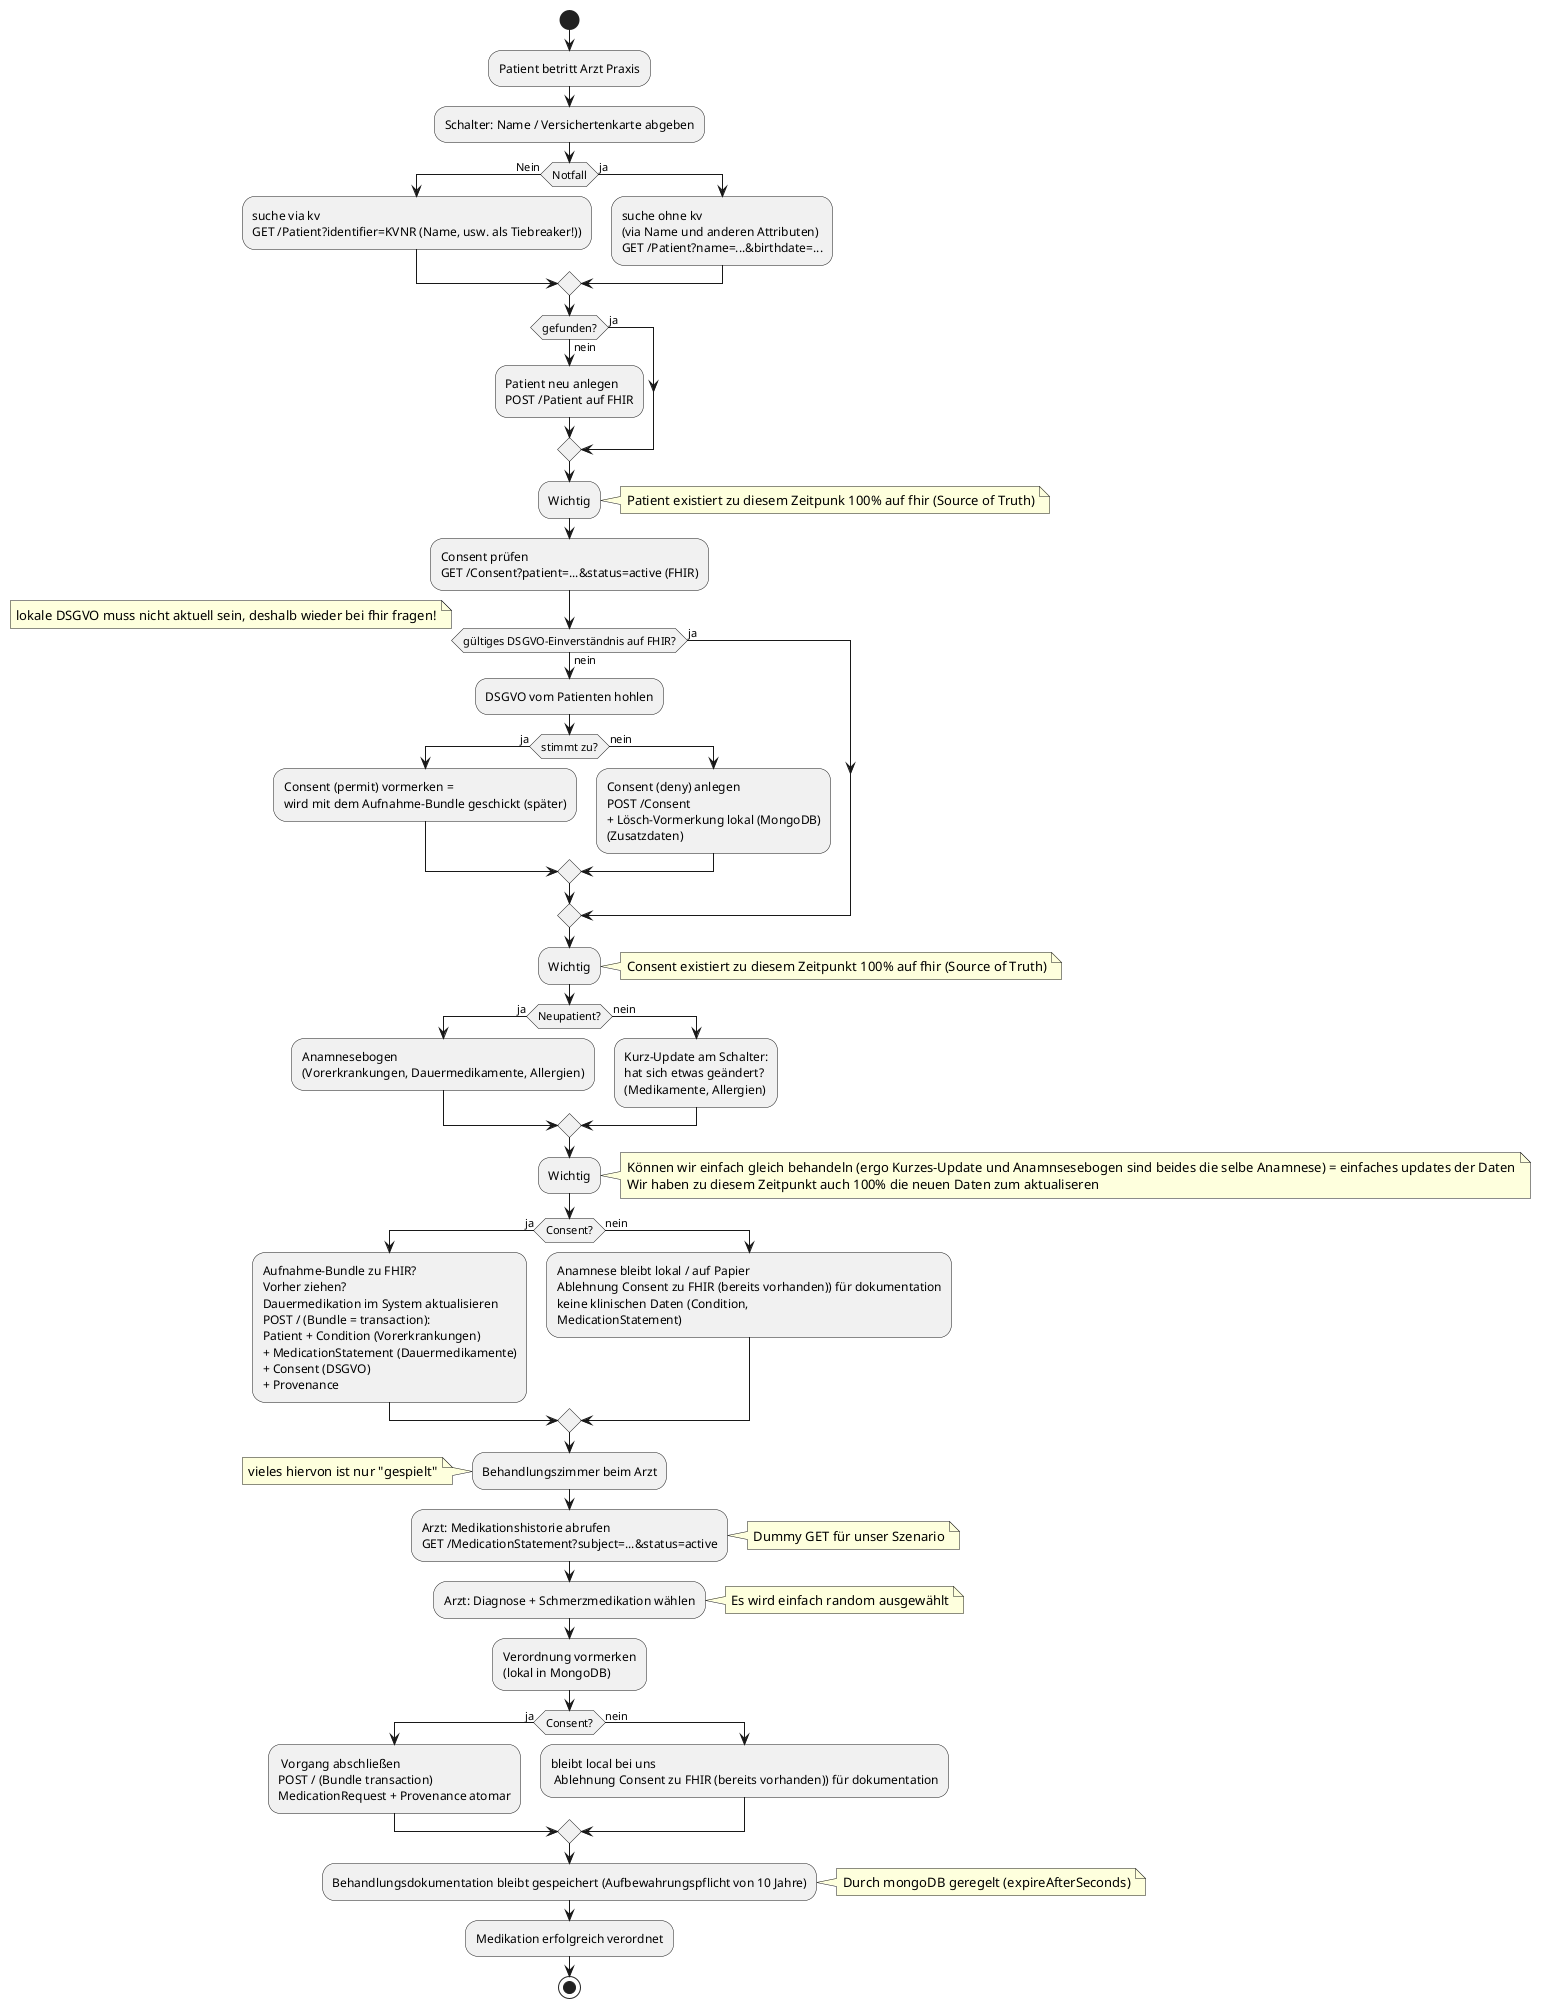
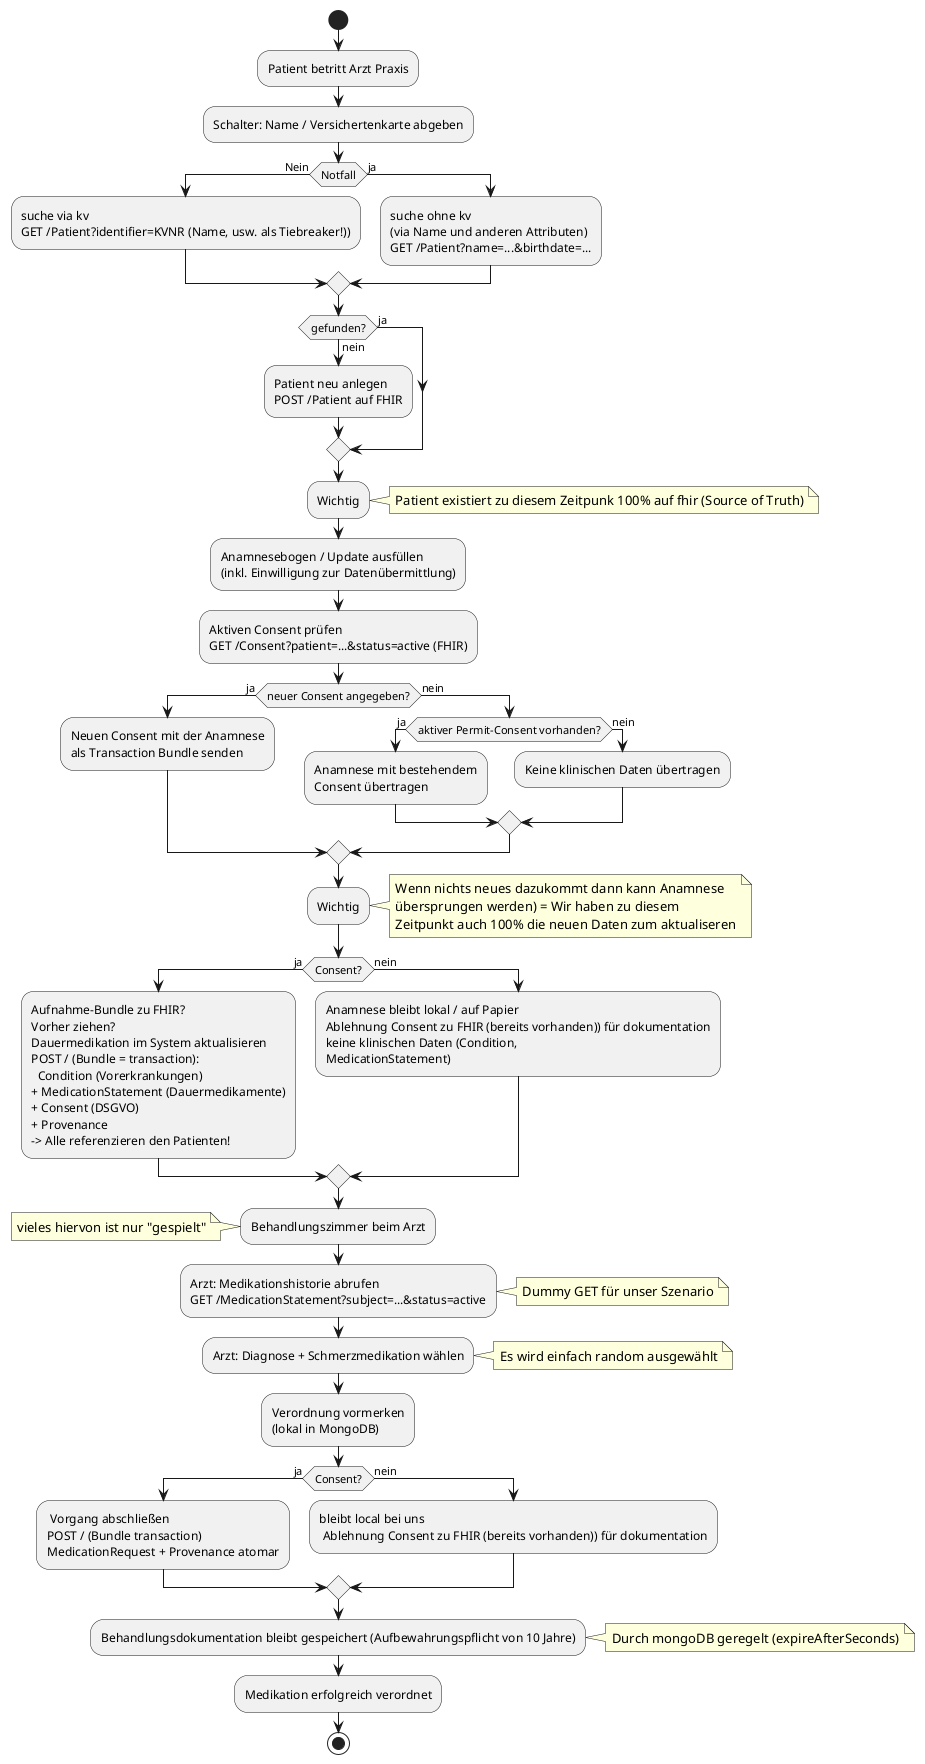
@startuml patientenJourny

start
:Patient betritt Arzt Praxis;

:Schalter: Name / Versichertenkarte abgeben;
if(Notfall) then(Nein)
:suche via kv
GET /Patient?identifier=KVNR (Name, usw. als Tiebreaker!));
else(ja)
 :suche ohne kv
 (via Name und anderen Attributen)
 GET /Patient?name=...&birthdate=...;
endif

if (gefunden?) then (ja)
else (nein)
  :Patient neu anlegen
  POST /Patient auf FHIR;
endif
:Wichtig;
 note right
    Patient existiert zu diesem Zeitpunk 100% auf fhir (Source of Truth)
  end note

- :Consent prüfen
+ :Anamnesebogen / Update ausfüllen
+ (inkl. Einwilligung zur Datenübermittlung);
+ 
+ :Aktiven Consent prüfen
GET /Consent?patient=...&status=active (FHIR);
- if (gültiges DSGVO-Einverständnis auf FHIR?) then (ja)
-  note left
-    lokale DSGVO muss nicht aktuell sein, deshalb wieder bei fhir fragen!
-   end note
+ 
+ if (neuer Consent angegeben?) then (ja)
+   :Neuen Consent mit der Anamnese
+   als Transaction Bundle senden;
else (nein)
-   :DSGVO vom Patienten hohlen;
-   if (stimmt zu?) then (ja)
-     :Consent (permit) vormerken =
-     wird mit dem Aufnahme-Bundle geschickt (später);
+   if (aktiver Permit-Consent vorhanden?) then (ja)
+     :Anamnese mit bestehendem
+     Consent übertragen;
  else (nein)
-     :Consent (deny) anlegen
-     POST /Consent
-     + Lösch-Vormerkung lokal (MongoDB)
-     (Zusatzdaten);
+     :Keine klinischen Daten übertragen;
  endif
endif

:Wichtig;
 note right
-    Consent existiert zu diesem Zeitpunkt 100% auf fhir (Source of Truth)
-   end note
- 
- if (Neupatient?) then (ja)
-   :Anamnesebogen
-   (Vorerkrankungen, Dauermedikamente, Allergien);
- else (nein)
-   :Kurz-Update am Schalter:
-   hat sich etwas geändert?
-   (Medikamente, Allergien);
- endif
- 
- :Wichtig;
-  note right
-    Können wir einfach gleich behandeln (ergo Kurzes-Update und Anamnsesebogen sind beides die selbe Anamnese) = einfaches updates der Daten
-    Wir haben zu diesem Zeitpunkt auch 100% die neuen Daten zum aktualiseren
+    Wenn nichts neues dazukommt dann kann Anamnese
+    übersprungen werden) = Wir haben zu diesem
+    Zeitpunkt auch 100% die neuen Daten zum aktualiseren
  end note

if (Consent?) then (ja)
  :Aufnahme-Bundle zu FHIR?
  Vorher ziehen?
  Dauermedikation im System aktualisieren
  POST / (Bundle = transaction):
-   Patient + Condition (Vorerkrankungen)
+     Condition (Vorerkrankungen)
  + MedicationStatement (Dauermedikamente)
  + Consent (DSGVO)
-   + Provenance;
+   + Provenance
+   -> Alle referenzieren den Patienten!;
else (nein)
  :Anamnese bleibt lokal / auf Papier
  Ablehnung Consent zu FHIR (bereits vorhanden)) für dokumentation
  keine klinischen Daten (Condition,
  MedicationStatement);
endif

:Behandlungszimmer beim Arzt;
note left
vieles hiervon ist nur "gespielt"
end note
:Arzt: Medikationshistorie abrufen
GET /MedicationStatement?subject=...&status=active;
note right
Dummy GET für unser Szenario
end note
:Arzt: Diagnose + Schmerzmedikation wählen;
note right
Es wird einfach random ausgewählt
end note

:Verordnung vormerken
(lokal in MongoDB);

if (Consent?) then (ja)
: Vorgang abschließen
POST / (Bundle transaction)
MedicationRequest + Provenance atomar;
else (nein)
:bleibt local bei uns
 Ablehnung Consent zu FHIR (bereits vorhanden)) für dokumentation;
end if

:Behandlungsdokumentation bleibt gespeichert (Aufbewahrungspflicht von 10 Jahre);
note right
Durch mongoDB geregelt (expireAfterSeconds)
end note

:Medikation erfolgreich verordnet;
stop
@enduml
